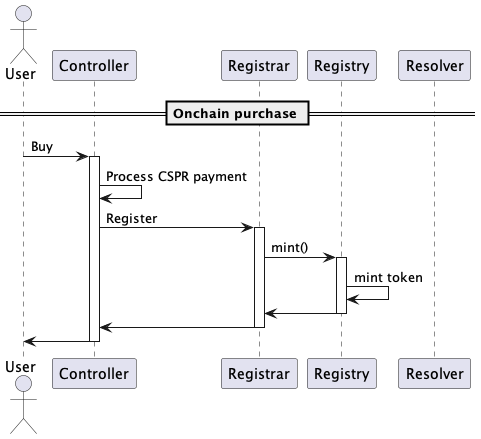
Above: docs/sequence-diagrams/puml/onchain-purchase.png in make-software/cspr-name-contracts (PlantUML), before the change.
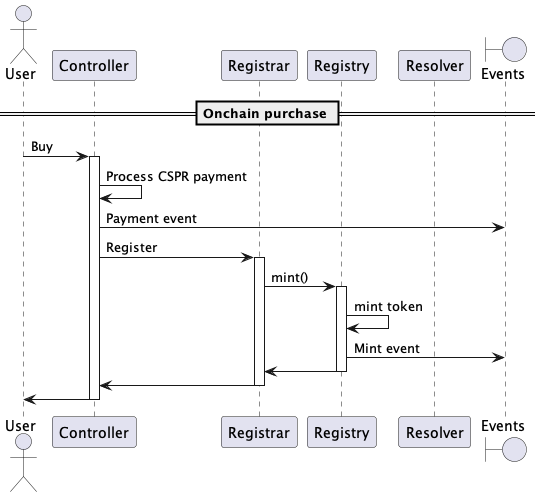
Above is the later version.

What changed in the source:
```diff
@@ -5,17 +5,20 @@
 participant "Registrar"
 participant "Registry"
 participant "Resolver"
+boundary "Events"
 
 == Onchain purchase ==
 
 User -> Controller: Buy
 activate Controller
 Controller -> Controller: Process CSPR payment
+Controller -> "Events": Payment event
 Controller -> Registrar: Register
 activate Registrar
 Registrar -> Registry: mint()
 activate Registry
 Registry -> Registry: mint token
+Registry -> "Events": Mint event
 Registry -> Registrar
 deactivate Registry
 Registrar -> Controller
```
